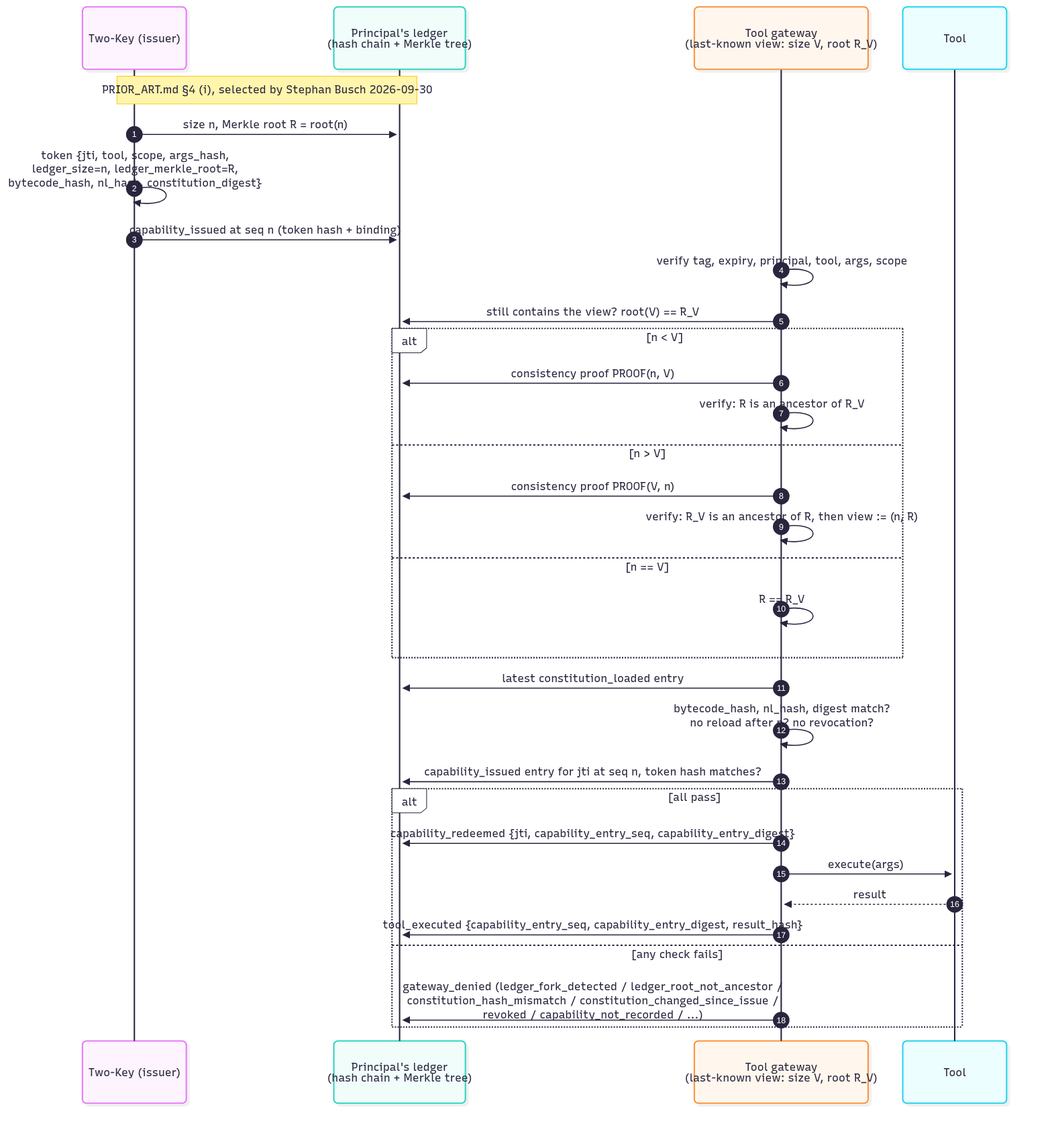
Before: docs/figures/ledger_root_token.png, a diagram exported from Mermaid (Insomniac-VibeLabs/two-key). Its source is kept beside it as docs/figures/ledger_root_token.mmd.
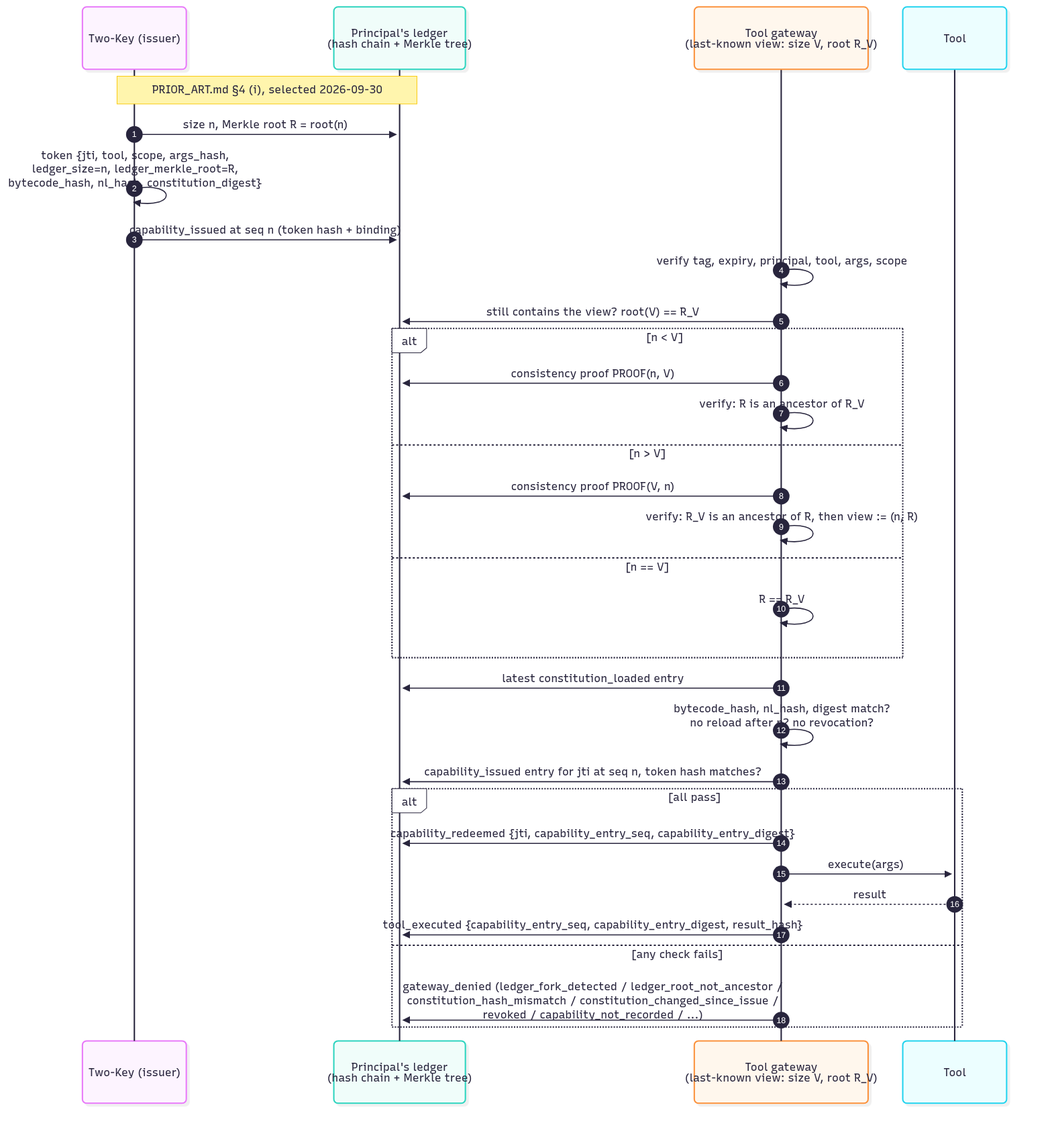
Later version of the same file.

Change to the diagram source:
```diff
@@ -4,7 +4,7 @@
   participant L as Principal's ledger<br/>(hash chain + Merkle tree)
   participant G as Tool gateway<br/>(last-known view: size V, root R_V)
   participant T as Tool
-  Note over K,L: PRIOR_ART.md §4 (i), selected by Stephan Busch 2026-09-30
+  Note over K,L: PRIOR_ART.md §4 (i), selected 2026-09-30
   K->>L: size n, Merkle root R = root(n)
   K->>K: token {jti, tool, scope, args_hash,<br/>ledger_size=n, ledger_merkle_root=R,<br/>bytecode_hash, nl_hash, constitution_digest}
   K->>L: capability_issued at seq n (token hash + binding)
```
